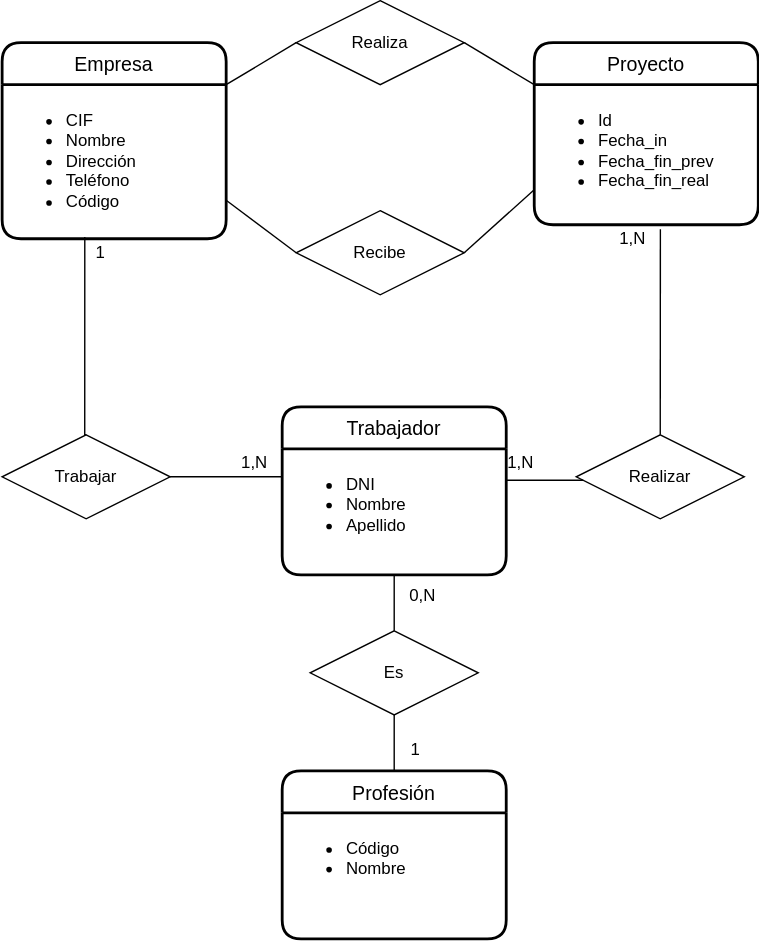
Before: UD12-12.svg, a diagram exported from draw.io (Jimxx22/C3-UD11-UML). Source tidied: cells renumbered, new cells last; positions are measured from the earlier drawing's top-left corner, leaving out a move shared by most shapes.
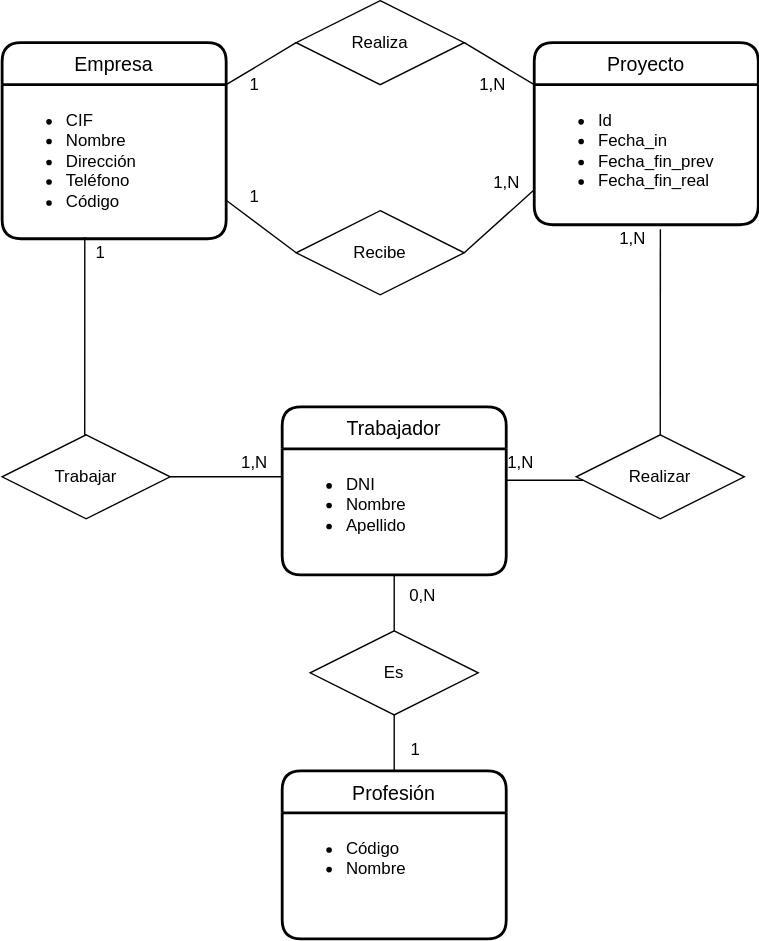
Later version of the same file.

Change to the diagram source:
```diff
@@ -106,5 +106,17 @@
     <mxCell id="30" value="1" style="text;html=1;align=center;verticalAlign=middle;strokeColor=none;fillColor=none;" parent="1" vertex="1">
       <mxGeometry x="280" y="520" width="30" height="30" as="geometry" />
     </mxCell>
+    <mxCell id="31" value="1,N" style="text;html=1;align=center;verticalAlign=middle;strokeColor=none;fillColor=none;" parent="1" vertex="1">
+      <mxGeometry x="330" y="45" width="40" height="30" as="geometry" />
+    </mxCell>
+    <mxCell id="32" value="1" style="text;html=1;align=center;verticalAlign=middle;strokeColor=none;fillColor=none;" parent="1" vertex="1">
+      <mxGeometry x="165" y="45" width="30" height="30" as="geometry" />
+    </mxCell>
+    <mxCell id="33" value="1,N" style="text;html=1;align=center;verticalAlign=middle;strokeColor=none;fillColor=none;" parent="1" vertex="1">
+      <mxGeometry x="340" y="115" width="40" height="30" as="geometry" />
+    </mxCell>
+    <mxCell id="34" value="1" style="text;html=1;align=center;verticalAlign=middle;strokeColor=none;fillColor=none;" parent="1" vertex="1">
+      <mxGeometry x="165" y="125" width="30" height="30" as="geometry" />
+    </mxCell>
   </root>
 </mxGraphModel>
```
